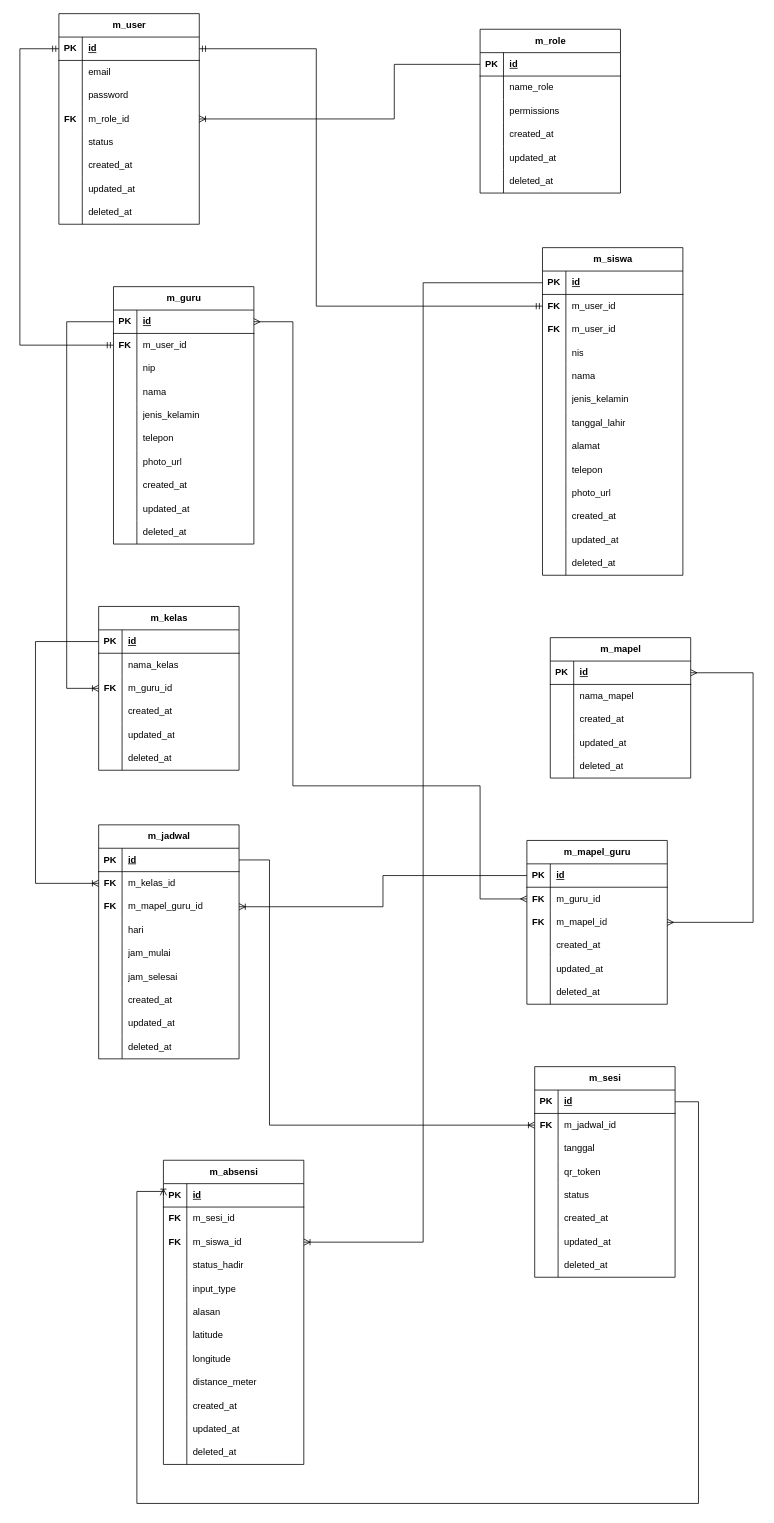
Earlier version of the draw.io diagram Perancangan/draw.io/ERD.drawio (SKARIGA-RPL-XII/project-kik-RadWork01). Source tidied: cells renumbered, new cells numbered last; positions are measured from the earlier drawing's top-left corner, leaving out a move shared by most shapes. Both pictures are drawn from the tidied source at 78%, with x=0, y=0 at pixel (20, 13).
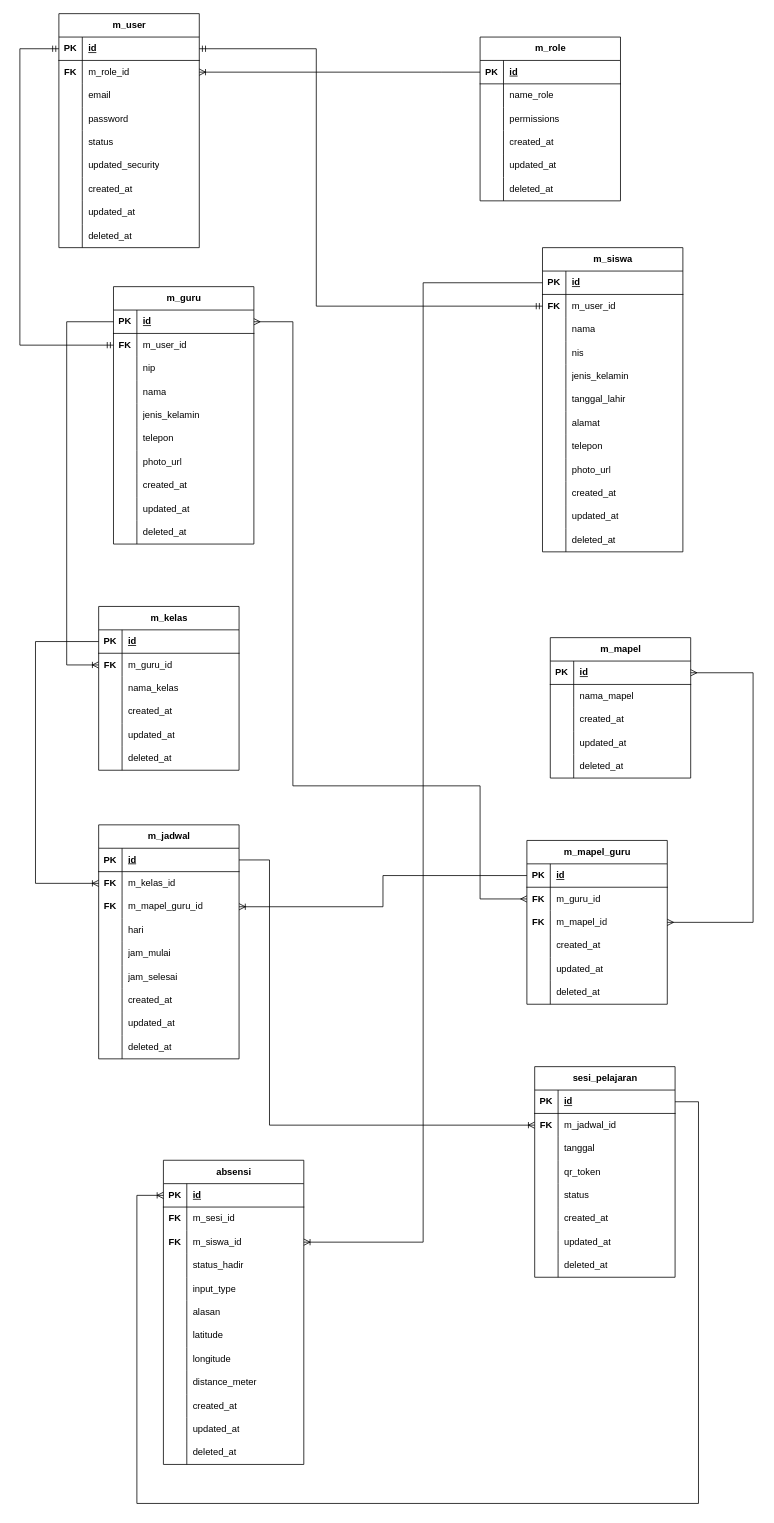
After the change.

Unchanged cells that the change refers to:
```xml
<mxCell id="28" style="shape=tableRow;horizontal=0;startSize=0;swimlaneHead=0;swimlaneBody=0;fillColor=none;points=[[0,0.5],[1,0.5]];portConstraint=eastwest;top=0;left=0;right=0;bottom=1;" parent="27" vertex="1">
  <mxGeometry y="30" width="180" height="30" as="geometry" />
</mxCell>
<mxCell id="87" style="shape=tableRow;horizontal=0;startSize=0;swimlaneHead=0;swimlaneBody=0;fillColor=none;points=[[0,0.5],[1,0.5]];portConstraint=eastwest;top=0;left=0;right=0;bottom=1;" parent="86" vertex="1">
  <mxGeometry y="30" width="180" height="30" as="geometry" />
</mxCell>
<mxCell id="117" value="m_kelas" style="shape=table;startSize=30;childLayout=tableLayout;rowLines=0;fontStyle=1;align=center;html=1;" parent="1" vertex="1">
  <mxGeometry x="101" y="760" width="180" height="210" as="geometry" />
</mxCell>
<mxCell id="200" style="shape=tableRow;horizontal=0;startSize=0;swimlaneHead=0;swimlaneBody=0;fillColor=none;points=[[0,0.5],[1,0.5]];portConstraint=eastwest;top=0;left=0;right=0;bottom=1;" parent="199" vertex="1">
  <mxGeometry y="30" width="180" height="30" as="geometry" />
</mxCell>
<mxCell id="225" style="shape=tableRow;horizontal=0;startSize=0;swimlaneHead=0;swimlaneBody=0;fillColor=none;points=[[0,0.5],[1,0.5]];portConstraint=eastwest;top=0;left=0;right=0;bottom=1;" parent="224" vertex="1">
  <mxGeometry y="30" width="180" height="30" as="geometry" />
</mxCell>
```

Diff of the diagram source:
```diff
@@
     <mxCell id="2" value="m_user" style="shape=table;startSize=30;childLayout=tableLayout;rowLines=0;fontStyle=1;align=center;html=1;" parent="1" vertex="1">
-      <mxGeometry x="50" width="180" height="270" as="geometry" />
+      <mxGeometry x="50" width="180" height="300" as="geometry" />
     </mxCell>
@@
+    <mxCell id="12" style="shape=tableRow;horizontal=0;startSize=0;swimlaneHead=0;swimlaneBody=0;fillColor=none;points=[[0,0.5],[1,0.5]];portConstraint=eastwest;top=0;left=0;right=0;bottom=0;" parent="2" vertex="1">
+      <mxGeometry y="60" width="180" height="30" as="geometry" />
+    </mxCell>
+    <mxCell id="13" value="&lt;b&gt;FK&lt;/b&gt;" style="shape=partialRectangle;fillColor=none;top=0;left=0;bottom=0;right=0;overflow=hidden;whiteSpace=wrap;html=1;" parent="12" vertex="1">
+      <mxGeometry width="30" height="30" as="geometry" />
+    </mxCell>
+    <mxCell id="14" value="m_role_id" style="shape=partialRectangle;fillColor=none;top=0;left=0;bottom=0;right=0;align=left;spacingLeft=6;overflow=hidden;whiteSpace=wrap;html=1;" parent="12" vertex="1">
+      <mxGeometry x="30" width="150" height="30" as="geometry" />
+    </mxCell>
     <mxCell id="6" style="shape=tableRow;horizontal=0;startSize=0;swimlaneHead=0;swimlaneBody=0;fillColor=none;top=0;left=0;right=0;bottom=0;" parent="2" vertex="1">
-      <mxGeometry y="60" width="180" height="30" as="geometry" />
+      <mxGeometry y="90" width="180" height="30" as="geometry" />
     </mxCell>
@@
     <mxCell id="9" style="shape=tableRow;horizontal=0;startSize=0;swimlaneHead=0;swimlaneBody=0;fillColor=none;top=0;left=0;right=0;bottom=0;" parent="2" vertex="1">
-      <mxGeometry y="90" width="180" height="30" as="geometry" />
+      <mxGeometry y="120" width="180" height="30" as="geometry" />
     </mxCell>
@@
-    <mxCell id="12" style="shape=tableRow;horizontal=0;startSize=0;swimlaneHead=0;swimlaneBody=0;fillColor=none;points=[[0,0.5],[1,0.5]];portConstraint=eastwest;top=0;left=0;right=0;bottom=0;" parent="2" vertex="1">
-      <mxGeometry y="120" width="180" height="30" as="geometry" />
-    </mxCell>
-    <mxCell id="13" value="&lt;b&gt;FK&lt;/b&gt;" style="shape=partialRectangle;fillColor=none;top=0;left=0;bottom=0;right=0;overflow=hidden;whiteSpace=wrap;html=1;" parent="12" vertex="1">
-      <mxGeometry width="30" height="30" as="geometry" />
-    </mxCell>
-    <mxCell id="14" value="m_role_id" style="shape=partialRectangle;fillColor=none;top=0;left=0;bottom=0;right=0;align=left;spacingLeft=6;overflow=hidden;whiteSpace=wrap;html=1;" parent="12" vertex="1">
-      <mxGeometry x="30" width="150" height="30" as="geometry" />
-    </mxCell>
@@
+    <mxCell id="272" style="shape=tableRow;horizontal=0;startSize=0;swimlaneHead=0;swimlaneBody=0;fillColor=none;top=0;left=0;right=0;bottom=0;" parent="2" vertex="1">
+      <mxGeometry y="180" width="180" height="30" as="geometry" />
+    </mxCell>
+    <mxCell id="273" style="shape=partialRectangle;fillColor=none;top=0;left=0;bottom=0;right=0;overflow=hidden;whiteSpace=wrap;html=1;" parent="272" vertex="1">
+      <mxGeometry width="30" height="30" as="geometry" />
+    </mxCell>
+    <mxCell id="274" value="updated_security" style="shape=partialRectangle;fillColor=none;top=0;left=0;bottom=0;right=0;align=left;spacingLeft=6;overflow=hidden;whiteSpace=wrap;html=1;" parent="272" vertex="1">
+      <mxGeometry x="30" width="150" height="30" as="geometry" />
+    </mxCell>
     <mxCell id="18" style="shape=tableRow;horizontal=0;startSize=0;swimlaneHead=0;swimlaneBody=0;fillColor=none;top=0;left=0;right=0;bottom=0;" parent="2" vertex="1">
-      <mxGeometry y="180" width="180" height="30" as="geometry" />
+      <mxGeometry y="210" width="180" height="30" as="geometry" />
     </mxCell>
@@
     <mxCell id="21" style="shape=tableRow;horizontal=0;startSize=0;swimlaneHead=0;swimlaneBody=0;fillColor=none;top=0;left=0;right=0;bottom=0;" parent="2" vertex="1">
-      <mxGeometry y="210" width="180" height="30" as="geometry" />
+      <mxGeometry y="240" width="180" height="30" as="geometry" />
     </mxCell>
@@
     <mxCell id="24" style="shape=tableRow;horizontal=0;startSize=0;swimlaneHead=0;swimlaneBody=0;fillColor=none;top=0;left=0;right=0;bottom=0;" parent="2" vertex="1">
-      <mxGeometry y="240" width="180" height="30" as="geometry" />
+      <mxGeometry y="270" width="180" height="30" as="geometry" />
     </mxCell>
@@
     <mxCell id="27" value="m_role" style="shape=table;startSize=30;childLayout=tableLayout;rowLines=0;fontStyle=1;align=center;html=1;" parent="1" vertex="1">
-      <mxGeometry x="590" y="20" width="180" height="210" as="geometry" />
+      <mxGeometry x="590" y="30" width="180" height="210" as="geometry" />
     </mxCell>
@@
     <mxCell id="46" value="m_siswa" style="shape=table;startSize=30;childLayout=tableLayout;rowLines=0;fontStyle=1;align=center;html=1;" parent="1" vertex="1">
-      <mxGeometry x="670" y="300" width="180" height="420" as="geometry" />
+      <mxGeometry x="670" y="300" width="180" height="390" as="geometry" />
     </mxCell>
@@
-    <mxCell id="53" style="shape=tableRow;horizontal=0;startSize=0;swimlaneHead=0;swimlaneBody=0;fillColor=none;top=0;left=0;right=0;bottom=0;" parent="46" vertex="1">
-      <mxGeometry y="90" width="180" height="30" as="geometry" />
-    </mxCell>
-    <mxCell id="54" value="&lt;b&gt;FK&lt;/b&gt;" style="shape=partialRectangle;fillColor=none;top=0;left=0;bottom=0;right=0;overflow=hidden;whiteSpace=wrap;html=1;" parent="53" vertex="1">
-      <mxGeometry width="30" height="30" as="geometry" />
-    </mxCell>
-    <mxCell id="55" value="m_user_id" style="shape=partialRectangle;fillColor=none;top=0;left=0;bottom=0;right=0;align=left;spacingLeft=6;overflow=hidden;whiteSpace=wrap;html=1;" parent="53" vertex="1">
-      <mxGeometry x="30" width="150" height="30" as="geometry" />
-    </mxCell>
+    <mxCell id="59" style="shape=tableRow;horizontal=0;startSize=0;swimlaneHead=0;swimlaneBody=0;fillColor=none;top=0;left=0;right=0;bottom=0;" parent="46" vertex="1">
+      <mxGeometry y="90" width="180" height="30" as="geometry" />
+    </mxCell>
+    <mxCell id="60" style="shape=partialRectangle;fillColor=none;top=0;left=0;bottom=0;right=0;overflow=hidden;whiteSpace=wrap;html=1;" parent="59" vertex="1">
+      <mxGeometry width="30" height="30" as="geometry" />
+    </mxCell>
+    <mxCell id="61" value="nama" style="shape=partialRectangle;fillColor=none;top=0;left=0;bottom=0;right=0;align=left;spacingLeft=6;overflow=hidden;whiteSpace=wrap;html=1;" parent="59" vertex="1">
+      <mxGeometry x="30" width="150" height="30" as="geometry" />
+    </mxCell>
@@
-    <mxCell id="59" style="shape=tableRow;horizontal=0;startSize=0;swimlaneHead=0;swimlaneBody=0;fillColor=none;top=0;left=0;right=0;bottom=0;" parent="46" vertex="1">
-      <mxGeometry y="150" width="180" height="30" as="geometry" />
-    </mxCell>
-    <mxCell id="60" style="shape=partialRectangle;fillColor=none;top=0;left=0;bottom=0;right=0;overflow=hidden;whiteSpace=wrap;html=1;" parent="59" vertex="1">
-      <mxGeometry width="30" height="30" as="geometry" />
-    </mxCell>
-    <mxCell id="61" value="nama" style="shape=partialRectangle;fillColor=none;top=0;left=0;bottom=0;right=0;align=left;spacingLeft=6;overflow=hidden;whiteSpace=wrap;html=1;" parent="59" vertex="1">
-      <mxGeometry x="30" width="150" height="30" as="geometry" />
-    </mxCell>
     <mxCell id="62" style="shape=tableRow;horizontal=0;startSize=0;swimlaneHead=0;swimlaneBody=0;fillColor=none;top=0;left=0;right=0;bottom=0;" parent="46" vertex="1">
-      <mxGeometry y="180" width="180" height="30" as="geometry" />
+      <mxGeometry y="150" width="180" height="30" as="geometry" />
     </mxCell>
@@
     <mxCell id="65" style="shape=tableRow;horizontal=0;startSize=0;swimlaneHead=0;swimlaneBody=0;fillColor=none;top=0;left=0;right=0;bottom=0;" parent="46" vertex="1">
-      <mxGeometry y="210" width="180" height="30" as="geometry" />
+      <mxGeometry y="180" width="180" height="30" as="geometry" />
     </mxCell>
@@
     <mxCell id="68" style="shape=tableRow;horizontal=0;startSize=0;swimlaneHead=0;swimlaneBody=0;fillColor=none;top=0;left=0;right=0;bottom=0;" parent="46" vertex="1">
-      <mxGeometry y="240" width="180" height="30" as="geometry" />
+      <mxGeometry y="210" width="180" height="30" as="geometry" />
     </mxCell>
@@
     <mxCell id="71" style="shape=tableRow;horizontal=0;startSize=0;swimlaneHead=0;swimlaneBody=0;fillColor=none;top=0;left=0;right=0;bottom=0;" parent="46" vertex="1">
-      <mxGeometry y="270" width="180" height="30" as="geometry" />
+      <mxGeometry y="240" width="180" height="30" as="geometry" />
     </mxCell>
@@
     <mxCell id="74" style="shape=tableRow;horizontal=0;startSize=0;swimlaneHead=0;swimlaneBody=0;fillColor=none;top=0;left=0;right=0;bottom=0;" parent="46" vertex="1">
-      <mxGeometry y="300" width="180" height="30" as="geometry" />
+      <mxGeometry y="270" width="180" height="30" as="geometry" />
     </mxCell>
@@
     <mxCell id="77" style="shape=tableRow;horizontal=0;startSize=0;swimlaneHead=0;swimlaneBody=0;fillColor=none;top=0;left=0;right=0;bottom=0;" parent="46" vertex="1">
-      <mxGeometry y="330" width="180" height="30" as="geometry" />
+      <mxGeometry y="300" width="180" height="30" as="geometry" />
     </mxCell>
@@
     <mxCell id="80" style="shape=tableRow;horizontal=0;startSize=0;swimlaneHead=0;swimlaneBody=0;fillColor=none;top=0;left=0;right=0;bottom=0;" parent="46" vertex="1">
-      <mxGeometry y="360" width="180" height="30" as="geometry" />
+      <mxGeometry y="330" width="180" height="30" as="geometry" />
     </mxCell>
@@
     <mxCell id="83" style="shape=tableRow;horizontal=0;startSize=0;swimlaneHead=0;swimlaneBody=0;fillColor=none;top=0;left=0;right=0;bottom=0;" parent="46" vertex="1">
-      <mxGeometry y="390" width="180" height="30" as="geometry" />
+      <mxGeometry y="360" width="180" height="30" as="geometry" />
     </mxCell>
@@
+    <mxCell id="124" style="shape=tableRow;horizontal=0;startSize=0;swimlaneHead=0;swimlaneBody=0;fillColor=none;points=[[0,0.5],[1,0.5]];portConstraint=eastwest;top=0;left=0;right=0;bottom=0;" parent="117" vertex="1">
+      <mxGeometry y="60" width="180" height="30" as="geometry" />
+    </mxCell>
+    <mxCell id="125" value="&lt;b&gt;FK&lt;/b&gt;" style="shape=partialRectangle;fillColor=none;top=0;left=0;bottom=0;right=0;overflow=hidden;whiteSpace=wrap;html=1;" parent="124" vertex="1">
+      <mxGeometry width="30" height="30" as="geometry" />
+    </mxCell>
+    <mxCell id="126" value="m_guru_id" style="shape=partialRectangle;fillColor=none;top=0;left=0;bottom=0;right=0;align=left;spacingLeft=6;overflow=hidden;whiteSpace=wrap;html=1;" parent="124" vertex="1">
+      <mxGeometry x="30" width="150" height="30" as="geometry" />
+    </mxCell>
     <mxCell id="121" style="shape=tableRow;horizontal=0;startSize=0;swimlaneHead=0;swimlaneBody=0;fillColor=none;top=0;left=0;right=0;bottom=0;" parent="117" vertex="1">
-      <mxGeometry y="60" width="180" height="30" as="geometry" />
+      <mxGeometry y="90" width="180" height="30" as="geometry" />
     </mxCell>
@@
-    <mxCell id="124" style="shape=tableRow;horizontal=0;startSize=0;swimlaneHead=0;swimlaneBody=0;fillColor=none;points=[[0,0.5],[1,0.5]];portConstraint=eastwest;top=0;left=0;right=0;bottom=0;" parent="117" vertex="1">
-      <mxGeometry y="90" width="180" height="30" as="geometry" />
-    </mxCell>
-    <mxCell id="125" value="&lt;b&gt;FK&lt;/b&gt;" style="shape=partialRectangle;fillColor=none;top=0;left=0;bottom=0;right=0;overflow=hidden;whiteSpace=wrap;html=1;" parent="124" vertex="1">
-      <mxGeometry width="30" height="30" as="geometry" />
-    </mxCell>
-    <mxCell id="126" value="m_guru_id" style="shape=partialRectangle;fillColor=none;top=0;left=0;bottom=0;right=0;align=left;spacingLeft=6;overflow=hidden;whiteSpace=wrap;html=1;" parent="124" vertex="1">
-      <mxGeometry x="30" width="150" height="30" as="geometry" />
-    </mxCell>
@@
-    <mxCell id="199" value="m_sesi" style="shape=table;startSize=30;childLayout=tableLayout;rowLines=0;fontStyle=1;align=center;html=1;" parent="1" vertex="1">
+    <mxCell id="199" value="sesi_pelajaran" style="shape=table;startSize=30;childLayout=tableLayout;rowLines=0;fontStyle=1;align=center;html=1;" parent="1" vertex="1">
       <mxGeometry x="660" y="1350" width="180" height="270" as="geometry" />
     </mxCell>
@@
-    <mxCell id="224" value="m_absensi" style="shape=table;startSize=30;childLayout=tableLayout;rowLines=0;fontStyle=1;align=center;html=1;" parent="1" vertex="1">
+    <mxCell id="224" value="absensi" style="shape=table;startSize=30;childLayout=tableLayout;rowLines=0;fontStyle=1;align=center;html=1;" parent="1" vertex="1">
       <mxGeometry x="184" y="1470" width="180" height="390" as="geometry" />
     </mxCell>
@@
     <mxCell id="261" style="edgeStyle=orthogonalEdgeStyle;fontSize=12;html=1;endArrow=ERoneToMany;rounded=0;exitX=0;exitY=0.5;exitDx=0;exitDy=0;entryX=1;entryY=0.5;entryDx=0;entryDy=0;" parent="1" edge="1" source="28" target="12">
       <mxGeometry relative="1" as="geometry">
         <Array as="points">
-          <mxPoint x="480" y="65" />
-          <mxPoint x="480" y="135" />
+          <mxPoint x="540" y="75" />
+          <mxPoint x="540" y="75" />
         </Array>
       </mxGeometry>
     </mxCell>
@@
     <mxCell id="266" style="edgeStyle=orthogonalEdgeStyle;fontSize=12;html=1;endArrow=ERoneToMany;rounded=0;exitX=0;exitY=0.5;exitDx=0;exitDy=0;entryX=0;entryY=0.5;entryDx=0;entryDy=0;" parent="1" edge="1" source="87" target="124">
       <mxGeometry relative="1" as="geometry">
         <Array as="points">
           <mxPoint x="60" y="395" />
-          <mxPoint x="60" y="865" />
+          <mxPoint x="60" y="835" />
         </Array>
       </mxGeometry>
     </mxCell>
@@
     <mxCell id="270" style="edgeStyle=orthogonalEdgeStyle;fontSize=12;html=1;endArrow=ERoneToMany;rounded=0;exitX=1;exitY=0.5;exitDx=0;exitDy=0;entryX=0;entryY=0.5;entryDx=0;entryDy=0;" parent="1" edge="1" source="200" target="225">
       <mxGeometry relative="1" as="geometry">
         <Array as="points">
           <mxPoint x="870" y="1395" />
           <mxPoint x="870" y="1910" />
           <mxPoint x="150" y="1910" />
-          <mxPoint x="150" y="1510" />
-          <mxPoint x="184" y="1510" />
+          <mxPoint x="150" y="1515" />
         </Array>
       </mxGeometry>
     </mxCell>
```
